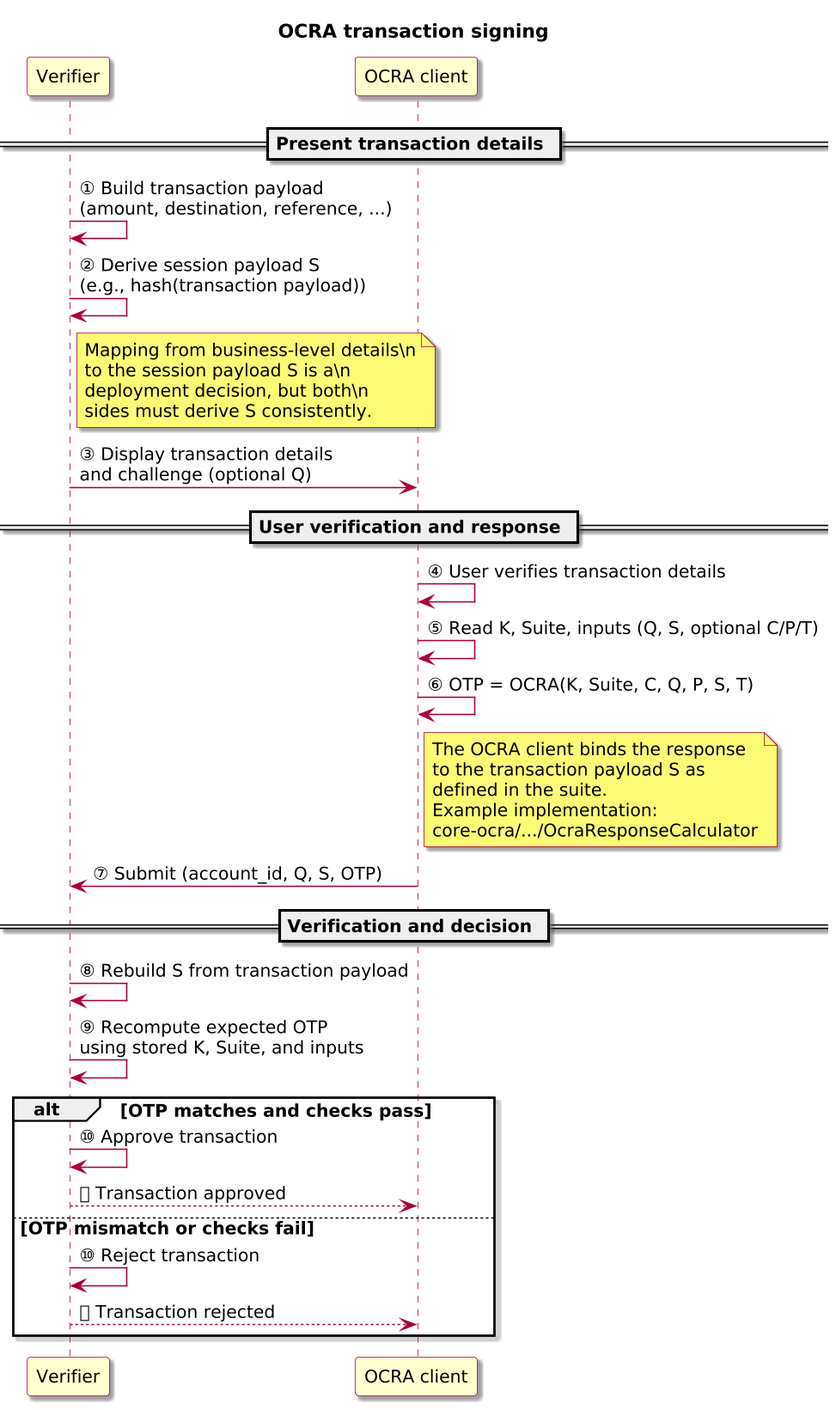
Before: docs/3-reference/protocols/diagrams/ocra-transaction-signing.png, a diagram exported from PlantUML (ivanstambuk/openauth-sim).
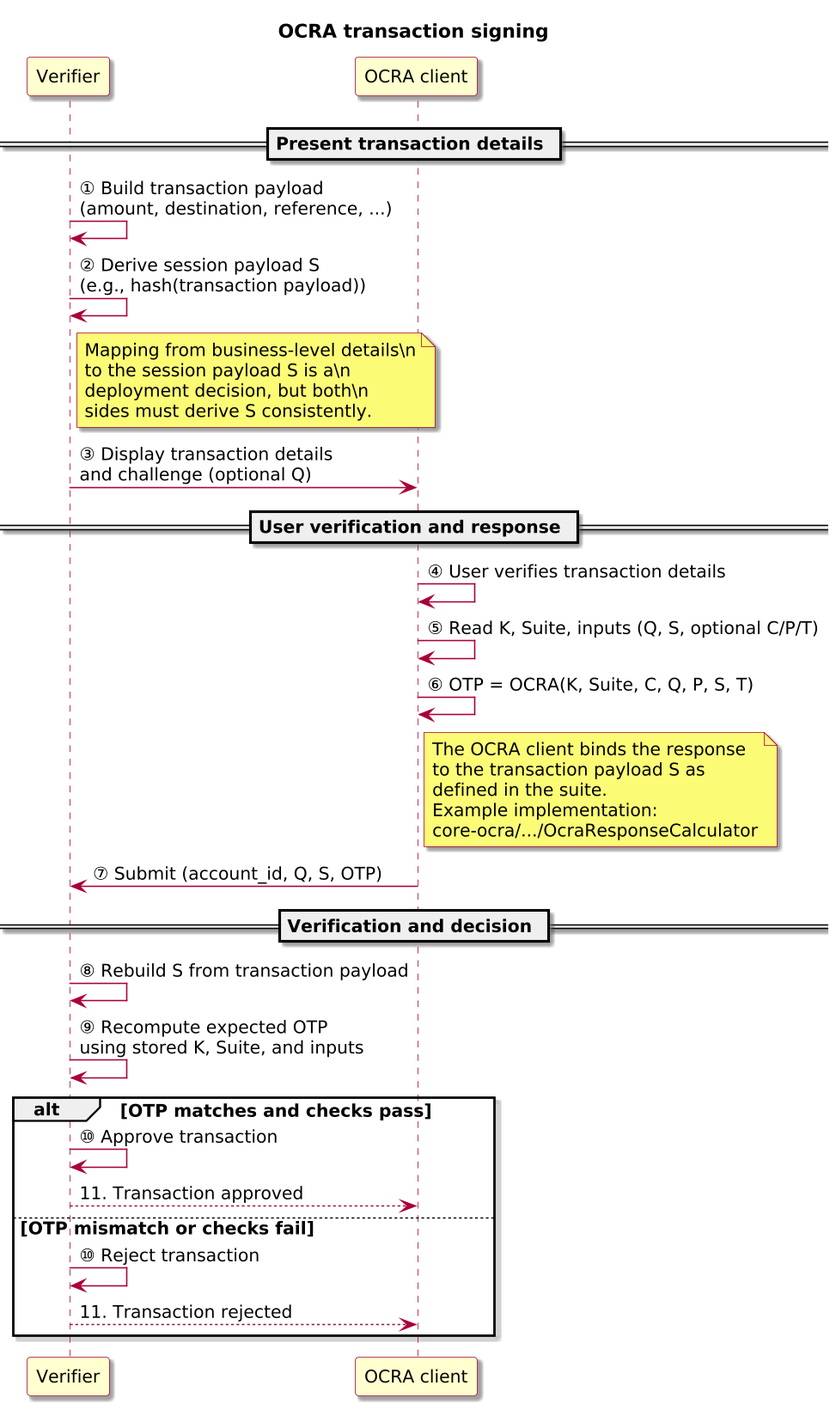
The same file after the commit.

Change to the diagram source:
```diff
@@ -66,10 +66,10 @@
 
 alt OTP matches and checks pass
   Verifier -> Verifier: ⑩ Approve transaction
-  Verifier --> Client: ⑪ Transaction approved
+  Verifier --> Client: 11. Transaction approved
 else OTP mismatch or checks fail
   Verifier -> Verifier: ⑩ Reject transaction
-  Verifier --> Client: ⑪ Transaction rejected
+  Verifier --> Client: 11. Transaction rejected
 end alt
 
 @enduml
```
